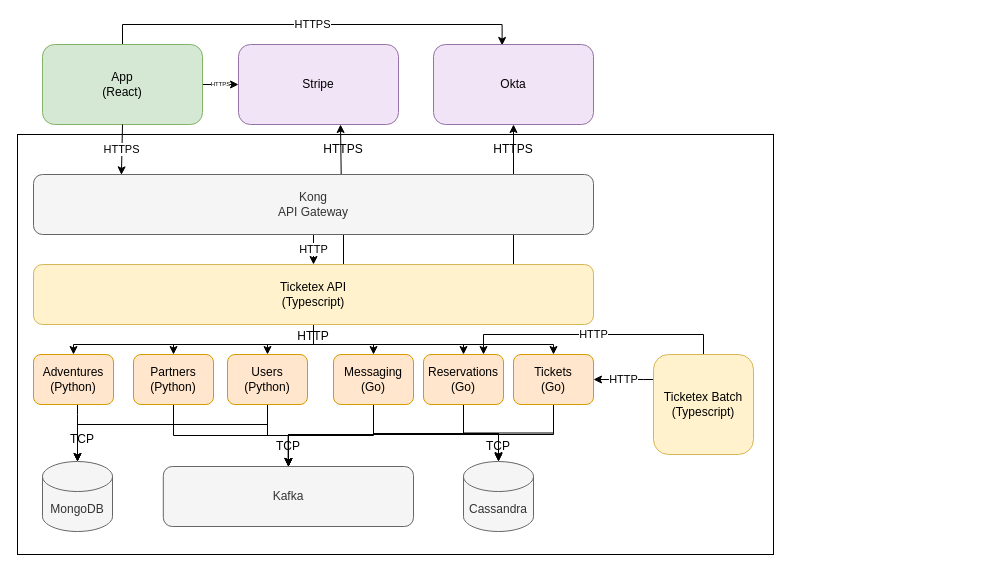
This is page "Arch (Low)" (3 of 4) of docs/arch.drawio from andrescosta/ticketex, a draw.io file, before an edit. Source tidied: cells renumbered, new cells numbered last; positions are measured from the earlier drawing's top-left corner, leaving out a move shared by most shapes. Both pictures are drawn from the tidied source at 100%, with x=0, y=0 at pixel (17, 24).
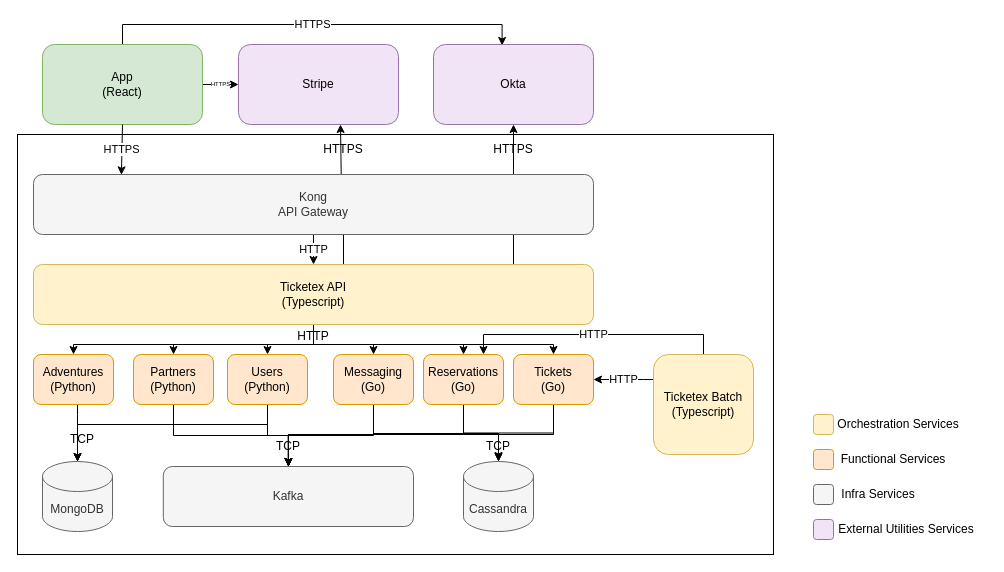
The same diagram, later.

Diff of the diagram source:
```diff
@@
+    <mxCell id="50" style="group;" parent="1" vertex="1">
+      <mxGeometry x="796" y="385" width="140" height="30" as="geometry" />
+    </mxCell>
+    <mxCell id="51" style="group;" parent="50" vertex="1">
+      <mxGeometry width="140" height="30" as="geometry" />
+    </mxCell>
+    <mxCell id="52" style="group;" parent="51" vertex="1">
+      <mxGeometry width="140" height="30" as="geometry" />
+    </mxCell>
+    <mxCell id="53" style="rounded=1;whiteSpace=wrap;html=1;fillColor=#fff2cc;strokeColor=#d6b656;" parent="52" vertex="1">
+      <mxGeometry y="5" width="20" height="20" as="geometry" />
+    </mxCell>
+    <mxCell id="54" value="Orchestration&amp;nbsp;Services" style="text;html=1;strokeColor=none;fillColor=none;align=center;verticalAlign=middle;whiteSpace=wrap;rounded=0;" parent="52" vertex="1">
+      <mxGeometry x="30" width="110" height="30" as="geometry" />
+    </mxCell>
+    <mxCell id="55" style="group;" parent="1" vertex="1">
+      <mxGeometry x="796" y="455" width="120" height="30" as="geometry" />
+    </mxCell>
+    <mxCell id="56" style="rounded=1;whiteSpace=wrap;html=1;fillColor=#f5f5f5;strokeColor=#666666;fontColor=#333333;" parent="55" vertex="1">
+      <mxGeometry y="5" width="20" height="20" as="geometry" />
+    </mxCell>
+    <mxCell id="57" value="Infra Services" style="text;html=1;strokeColor=none;fillColor=none;align=center;verticalAlign=middle;whiteSpace=wrap;rounded=0;" parent="55" vertex="1">
+      <mxGeometry x="10" width="110" height="30" as="geometry" />
+    </mxCell>
+    <mxCell id="58" style="group;" parent="1" vertex="1">
+      <mxGeometry x="796" y="490" width="173" height="30" as="geometry" />
+    </mxCell>
+    <mxCell id="59" style="rounded=1;whiteSpace=wrap;html=1;fillColor=#F1E4F7;strokeColor=#9673a6;" parent="58" vertex="1">
+      <mxGeometry y="5" width="20" height="20" as="geometry" />
+    </mxCell>
+    <mxCell id="60" value="External Utilities Services" style="text;html=1;strokeColor=none;fillColor=none;align=center;verticalAlign=middle;whiteSpace=wrap;rounded=0;" parent="58" vertex="1">
+      <mxGeometry x="13" width="160" height="30" as="geometry" />
+    </mxCell>
+    <mxCell id="61" style="group;" parent="1" vertex="1">
+      <mxGeometry x="796" y="420" width="140" height="30" as="geometry" />
+    </mxCell>
+    <mxCell id="62" style="group;" parent="61" vertex="1">
+      <mxGeometry width="140" height="30" as="geometry" />
+    </mxCell>
+    <mxCell id="63" style="rounded=1;whiteSpace=wrap;html=1;fillColor=#ffe6cc;strokeColor=#d79b00;" parent="62" vertex="1">
+      <mxGeometry y="5" width="20" height="20" as="geometry" />
+    </mxCell>
+    <mxCell id="64" value="Functional Services" style="text;html=1;strokeColor=none;fillColor=none;align=center;verticalAlign=middle;whiteSpace=wrap;rounded=0;" parent="62" vertex="1">
+      <mxGeometry x="20" width="120" height="30" as="geometry" />
+    </mxCell>
```
